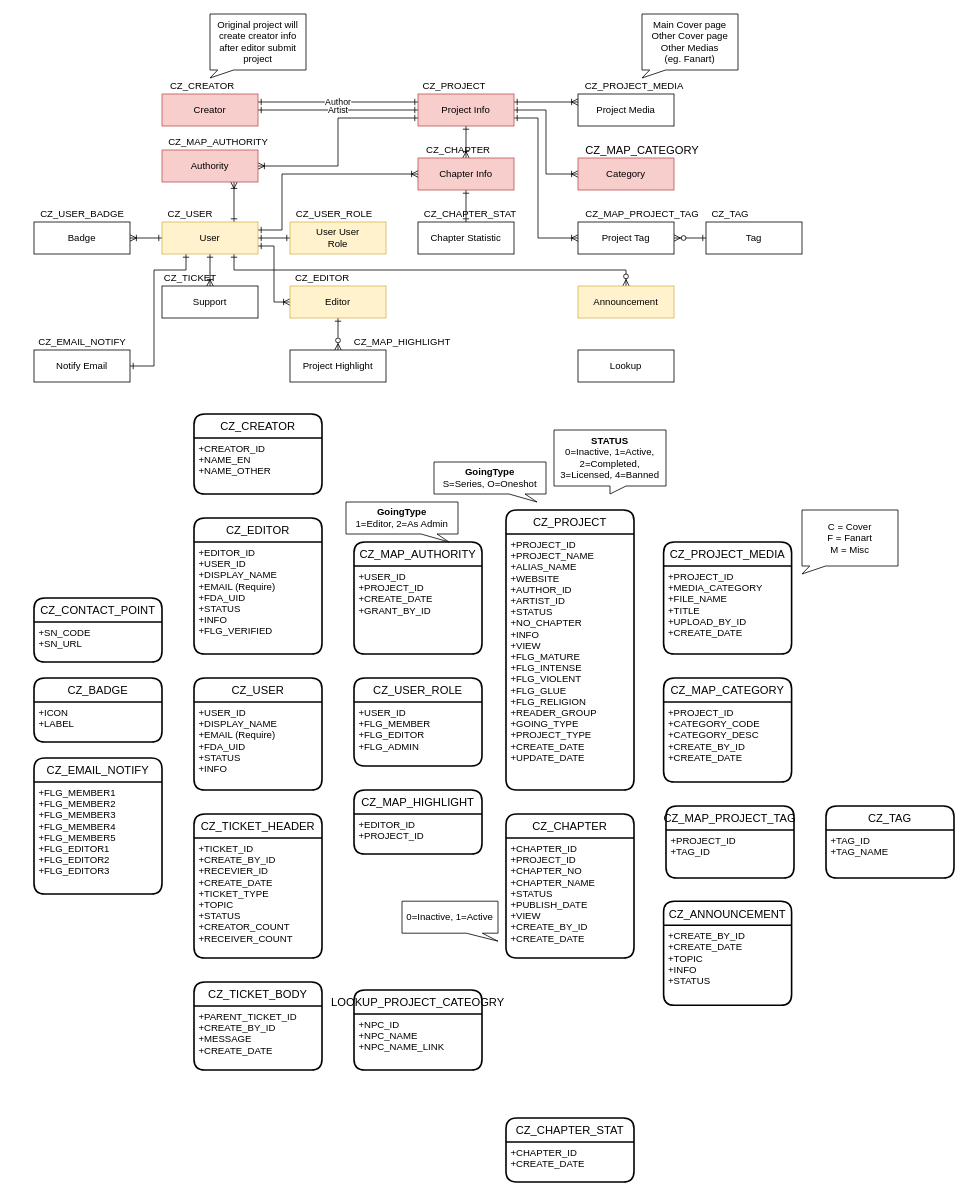
Earlier version of the draw.io diagram page "ER" (4 of 5) of Untitled Diagram.drawio (clazclaz/demo_git). Source tidied: cells renumbered, new cells numbered last; positions are measured from the earlier drawing's top-left corner, leaving out a move shared by most shapes. Both pictures are drawn from the tidied source at 80%, with x=0, y=0 at pixel (34, 14).
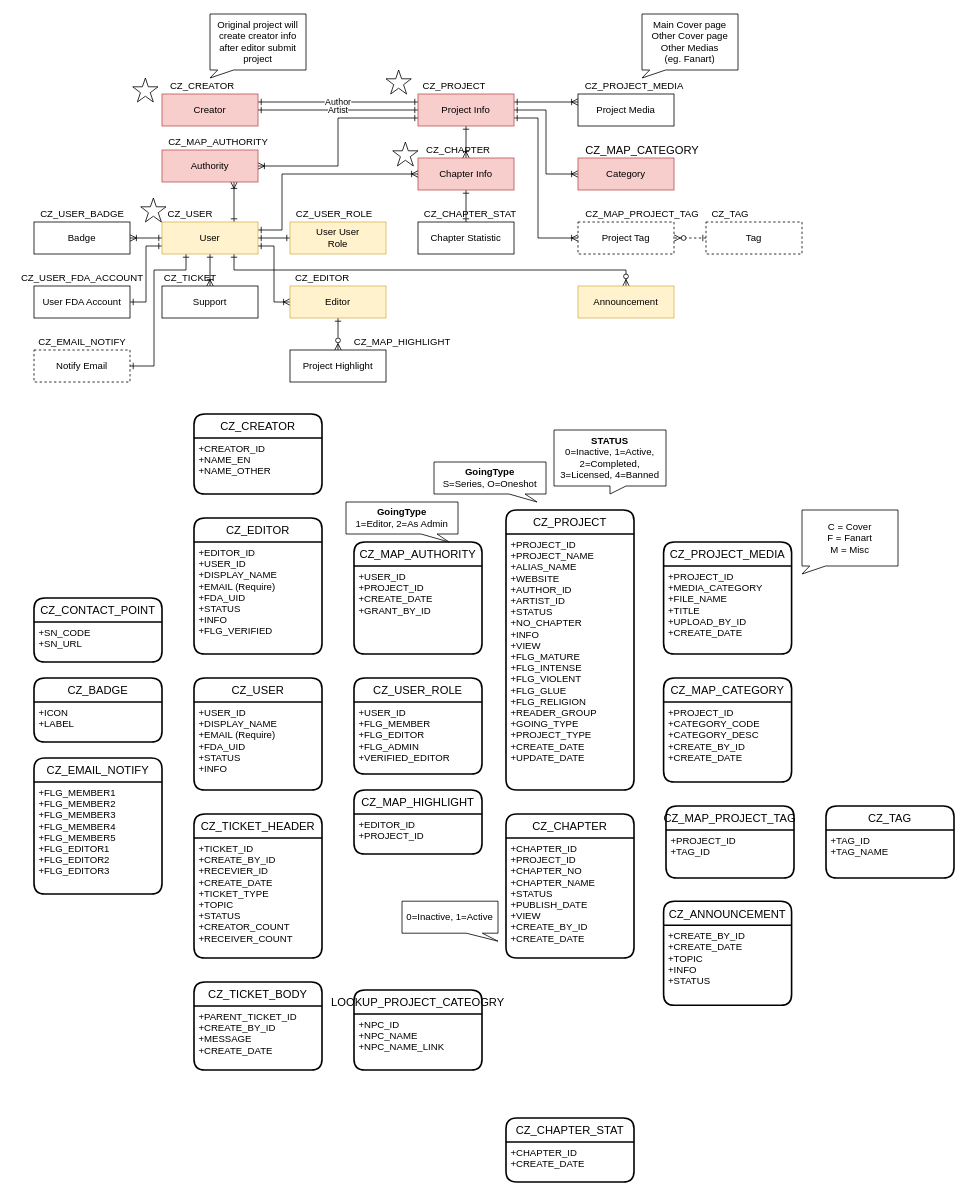
The same page after the edit.

Unchanged cells that the change refers to:
```xml
<mxCell id="23" value="User" style="rounded=0;whiteSpace=wrap;html=1;fillColor=#fff2cc;strokeColor=#d6b656;" parent="1" vertex="1">
  <mxGeometry x="160" y="260" width="120" height="40" as="geometry" />
</mxCell>
```

What changed in the source:
```diff
@@
+    <mxCell id="101" style="edgeStyle=orthogonalEdgeStyle;rounded=0;jettySize=auto;html=1;exitX=0;exitY=0.75;exitDx=0;exitDy=0;entryX=1;entryY=0.5;entryDx=0;entryDy=0;startArrow=ERone;startFill=0;endArrow=ERone;endFill=0;startSize=6;endSize=6;sourcePerimeterSpacing=8;targetPerimeterSpacing=8;" parent="1" edge="1" source="23" target="106">
+      <mxGeometry relative="1" as="geometry" />
+    </mxCell>
@@
-    <mxCell id="26" value="Lookup" style="rounded=0;whiteSpace=wrap;html=1;" parent="1" vertex="1">
-      <mxGeometry x="680" y="420" width="120" height="40" as="geometry" />
-    </mxCell>
@@
-    <mxCell id="28" value="Project Tag" style="rounded=0;whiteSpace=wrap;html=1;" parent="1" vertex="1">
+    <mxCell id="28" value="Project Tag" style="rounded=0;whiteSpace=wrap;html=1;dashed=1;" parent="1" vertex="1">
       <mxGeometry x="680" y="260" width="120" height="40" as="geometry" />
     </mxCell>
@@
     <mxCell id="35" value="CZ_USER_ROLE" style="swimlane;horizontal=1;startSize=30;rounded=1;fontSize=14;fontStyle=0;strokeWidth=2;shadow=0;dashed=0;align=center;" parent="1" vertex="1">
-      <mxGeometry x="400" y="830" width="160" height="110" as="geometry" />
+      <mxGeometry x="400" y="830" width="160" height="120" as="geometry" />
     </mxCell>
-    <mxCell id="36" value="+USER_ID&#10;+FLG_MEMBER&#10;+FLG_EDITOR&#10;+FLG_ADMIN" style="align=left;strokeColor=none;fillColor=none;spacingLeft=4;fontSize=12;verticalAlign=top;" parent="35" vertex="1">
-      <mxGeometry y="30" width="160" height="80" as="geometry" />
+    <mxCell id="36" value="+USER_ID&#10;+FLG_MEMBER&#10;+FLG_EDITOR&#10;+FLG_ADMIN&#10;+VERIFIED_EDITOR" style="align=left;strokeColor=none;fillColor=none;spacingLeft=4;fontSize=12;verticalAlign=top;" parent="35" vertex="1">
+      <mxGeometry y="30" width="160" height="90" as="geometry" />
     </mxCell>
@@
-    <mxCell id="42" value="Notify Email" style="rounded=0;whiteSpace=wrap;html=1;" parent="1" vertex="1">
+    <mxCell id="42" value="Notify Email" style="rounded=0;whiteSpace=wrap;html=1;dashed=1;" parent="1" vertex="1">
       <mxGeometry y="420" width="120" height="40" as="geometry" />
     </mxCell>
@@
-    <mxCell id="76" style="edgeStyle=orthogonalEdgeStyle;rounded=0;jettySize=auto;html=1;exitX=0;exitY=0.5;exitDx=0;exitDy=0;entryX=1;entryY=0.5;entryDx=0;entryDy=0;startArrow=ERone;startFill=0;endArrow=ERzeroToMany;endFill=1;" parent="1" edge="1" source="77" target="28">
+    <mxCell id="76" style="edgeStyle=orthogonalEdgeStyle;rounded=0;jettySize=auto;html=1;exitX=0;exitY=0.5;exitDx=0;exitDy=0;entryX=1;entryY=0.5;entryDx=0;entryDy=0;startArrow=ERone;startFill=0;endArrow=ERzeroToMany;endFill=1;dashed=1;" parent="1" edge="1" source="77" target="28">
       <mxGeometry relative="1" as="geometry" />
     </mxCell>
-    <mxCell id="77" value="Tag" style="rounded=0;whiteSpace=wrap;html=1;" parent="1" vertex="1">
+    <mxCell id="77" value="Tag" style="rounded=0;whiteSpace=wrap;html=1;dashed=1;" parent="1" vertex="1">
       <mxGeometry x="840" y="260" width="120" height="40" as="geometry" />
     </mxCell>
@@
+    <mxCell id="102" style="verticalLabelPosition=bottom;verticalAlign=top;html=1;shape=mxgraph.basic.star;hachureGap=4;" parent="1" vertex="1">
+      <mxGeometry x="448.4" y="160" width="31.6" height="30" as="geometry" />
+    </mxCell>
+    <mxCell id="103" style="verticalLabelPosition=bottom;verticalAlign=top;html=1;shape=mxgraph.basic.star;hachureGap=4;" parent="1" vertex="1">
+      <mxGeometry x="440" y="70" width="31.6" height="30" as="geometry" />
+    </mxCell>
+    <mxCell id="104" style="verticalLabelPosition=bottom;verticalAlign=top;html=1;shape=mxgraph.basic.star;hachureGap=4;" parent="1" vertex="1">
+      <mxGeometry x="123.4" y="80" width="31.6" height="30" as="geometry" />
+    </mxCell>
+    <mxCell id="105" style="verticalLabelPosition=bottom;verticalAlign=top;html=1;shape=mxgraph.basic.star;hachureGap=4;" parent="1" vertex="1">
+      <mxGeometry x="133.4" y="230" width="31.6" height="30" as="geometry" />
+    </mxCell>
+    <mxCell id="106" value="User FDA Account" style="rounded=0;whiteSpace=wrap;html=1;" parent="1" vertex="1">
+      <mxGeometry y="340" width="120" height="40" as="geometry" />
+    </mxCell>
+    <mxCell id="107" value="CZ_USER_FDA_ACCOUNT" style="text;html=1;align=center;verticalAlign=middle;strokeColor=none;fillColor=none;" parent="1" vertex="1">
+      <mxGeometry x="-25" y="320" width="170" height="20" as="geometry" />
+    </mxCell>
```
